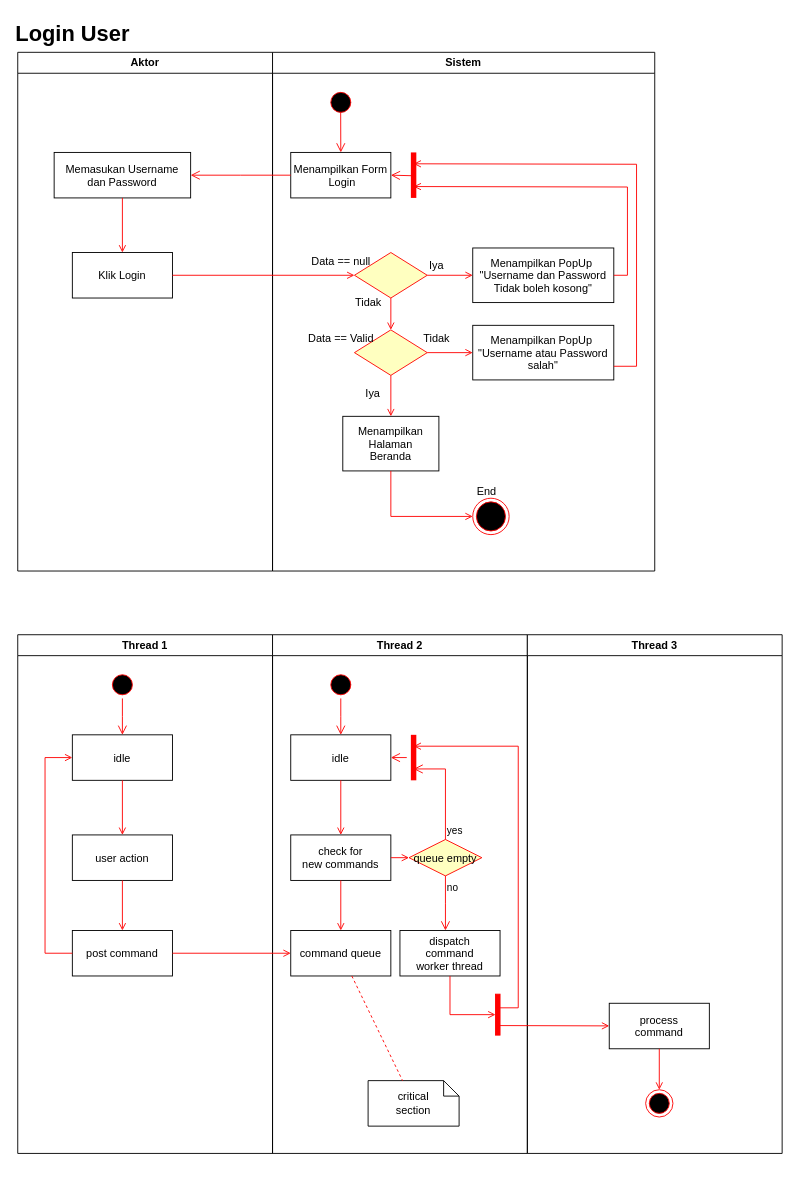
This is SCADA_ActivityDiagram.drawio from widyafebriandaru/SCADA_ActivityDiagram, a draw.io file, before an edit. Source tidied: cells renumbered, new cells numbered last; positions are measured from the earlier drawing's top-left corner, leaving out a move shared by most shapes. Both pictures are drawn from the tidied source at 91%, with x=0, y=0 at pixel (17, 15).
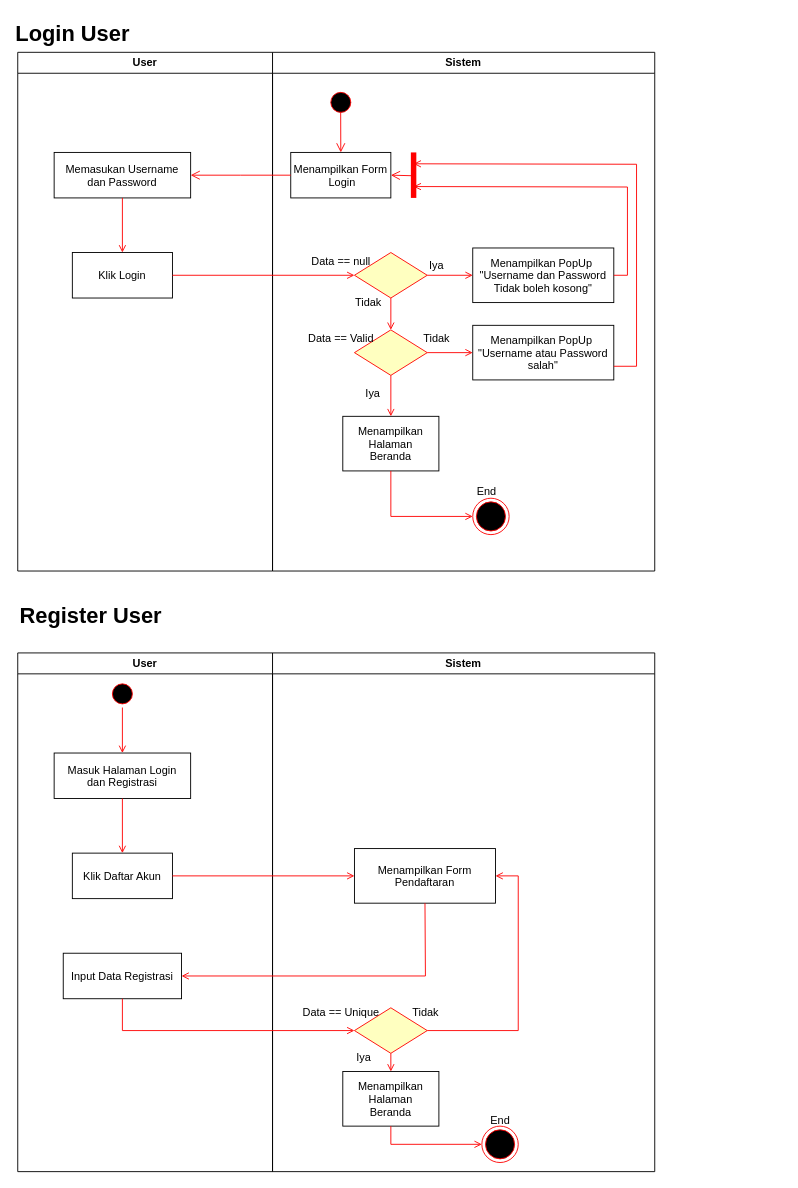
After the change.

Diff of the diagram source:
```diff
@@
-    <mxCell id="2" value="Aktor" style="swimlane;whiteSpace=wrap;" parent="1" vertex="1">
+    <mxCell id="2" value="User" style="swimlane;whiteSpace=wrap;" parent="1" vertex="1">
       <mxGeometry y="40" width="280" height="570" as="geometry" />
     </mxCell>
@@
-    <mxCell id="32" value="Thread 1" style="swimlane;whiteSpace=wrap;" parent="1" vertex="1">
-      <mxGeometry y="680" width="280" height="570" as="geometry" />
-    </mxCell>
-    <mxCell id="33" style="ellipse;shape=startState;fillColor=#000000;strokeColor=#ff0000;" parent="32" vertex="1">
-      <mxGeometry x="100" y="40" width="30" height="30" as="geometry" />
-    </mxCell>
-    <mxCell id="34" style="edgeStyle=elbowEdgeStyle;elbow=horizontal;verticalAlign=bottom;endArrow=open;endSize=8;strokeColor=#FF0000;endFill=1;rounded=0;" parent="32" edge="1" source="33" target="35">
-      <mxGeometry x="100" y="40" as="geometry" />
-    </mxCell>
-    <mxCell id="35" value="idle" parent="32" vertex="1">
-      <mxGeometry x="60" y="110" width="110" height="50" as="geometry" />
-    </mxCell>
-    <mxCell id="36" value="user action" parent="32" vertex="1">
-      <mxGeometry x="60" y="220" width="110" height="50" as="geometry" />
-    </mxCell>
-    <mxCell id="37" style="endArrow=open;strokeColor=#FF0000;endFill=1;rounded=0;" parent="32" edge="1" source="35" target="36">
-      <mxGeometry relative="1" as="geometry" />
-    </mxCell>
-    <mxCell id="38" value="post command" parent="32" vertex="1">
-      <mxGeometry x="60" y="325" width="110" height="50" as="geometry" />
-    </mxCell>
-    <mxCell id="39" style="endArrow=open;strokeColor=#FF0000;endFill=1;rounded=0;" parent="32" edge="1" source="36" target="38">
-      <mxGeometry relative="1" as="geometry" />
-    </mxCell>
-    <mxCell id="40" style="edgeStyle=elbowEdgeStyle;elbow=horizontal;strokeColor=#FF0000;endArrow=open;endFill=1;rounded=0;" parent="32" edge="1" source="38" target="35">
-      <mxGeometry relative="1" as="geometry">
-        <Array as="points">
-          <mxPoint x="30" y="250" />
-        </Array>
-      </mxGeometry>
-    </mxCell>
-    <mxCell id="41" value="Thread 2" style="swimlane;whiteSpace=wrap;" parent="1" vertex="1">
-      <mxGeometry x="280" y="680" width="280" height="570" as="geometry" />
-    </mxCell>
-    <mxCell id="42" style="ellipse;shape=startState;fillColor=#000000;strokeColor=#ff0000;" parent="41" vertex="1">
-      <mxGeometry x="60" y="40" width="30" height="30" as="geometry" />
-    </mxCell>
-    <mxCell id="43" style="edgeStyle=elbowEdgeStyle;elbow=horizontal;verticalAlign=bottom;endArrow=open;endSize=8;strokeColor=#FF0000;endFill=1;rounded=0;" parent="41" edge="1" source="42" target="44">
-      <mxGeometry x="40" y="20" as="geometry" />
-    </mxCell>
-    <mxCell id="44" value="idle" parent="41" vertex="1">
-      <mxGeometry x="20" y="110" width="110" height="50" as="geometry" />
-    </mxCell>
-    <mxCell id="45" value="check for &#10;new commands" parent="41" vertex="1">
-      <mxGeometry x="20" y="220" width="110" height="50" as="geometry" />
-    </mxCell>
-    <mxCell id="46" style="endArrow=open;strokeColor=#FF0000;endFill=1;rounded=0;" parent="41" edge="1" source="44" target="45">
-      <mxGeometry relative="1" as="geometry" />
-    </mxCell>
-    <mxCell id="47" value="command queue" parent="41" vertex="1">
-      <mxGeometry x="20" y="325" width="110" height="50" as="geometry" />
-    </mxCell>
-    <mxCell id="48" style="endArrow=open;strokeColor=#FF0000;endFill=1;rounded=0;" parent="41" edge="1" source="45" target="47">
-      <mxGeometry relative="1" as="geometry" />
-    </mxCell>
-    <mxCell id="49" value="queue empty" style="rhombus;fillColor=#ffffc0;strokeColor=#ff0000;" parent="41" vertex="1">
-      <mxGeometry x="150" y="225" width="80" height="40" as="geometry" />
-    </mxCell>
-    <mxCell id="50" value="yes" style="edgeStyle=elbowEdgeStyle;elbow=horizontal;align=left;verticalAlign=bottom;endArrow=open;endSize=8;strokeColor=#FF0000;exitX=0.5;exitY=0;endFill=1;rounded=0;entryX=0.75;entryY=0.5;entryPerimeter=0;" parent="41" edge="1" source="49" target="53">
-      <mxGeometry x="-1" relative="1" as="geometry">
-        <Array as="points">
-          <mxPoint x="190" y="180" />
-        </Array>
-      </mxGeometry>
-    </mxCell>
-    <mxCell id="51" value="no" style="edgeStyle=elbowEdgeStyle;elbow=horizontal;align=left;verticalAlign=top;endArrow=open;endSize=8;strokeColor=#FF0000;endFill=1;rounded=0;" parent="41" edge="1" source="49" target="55">
-      <mxGeometry x="-1" relative="1" as="geometry" />
-    </mxCell>
-    <mxCell id="52" style="endArrow=open;strokeColor=#FF0000;endFill=1;rounded=0;" parent="41" edge="1" source="45" target="49">
-      <mxGeometry relative="1" as="geometry" />
-    </mxCell>
-    <mxCell id="53" style="shape=line;strokeWidth=6;strokeColor=#ff0000;rotation=90;" parent="41" vertex="1">
-      <mxGeometry x="130" y="127.5" width="50" height="15" as="geometry" />
-    </mxCell>
-    <mxCell id="54" style="edgeStyle=elbowEdgeStyle;elbow=horizontal;verticalAlign=bottom;endArrow=open;endSize=8;strokeColor=#FF0000;endFill=1;rounded=0;" parent="41" edge="1" source="53" target="44">
-      <mxGeometry x="130" y="90" as="geometry" />
-    </mxCell>
-    <mxCell id="55" value="dispatch&#10;command&#10;worker thread" parent="41" vertex="1">
-      <mxGeometry x="140" y="325" width="110" height="50" as="geometry" />
-    </mxCell>
-    <mxCell id="56" value="critical&#10;section" style="shape=note;whiteSpace=wrap;size=17;" parent="41" vertex="1">
-      <mxGeometry x="105" y="490" width="100" height="50" as="geometry" />
-    </mxCell>
-    <mxCell id="57" style="endArrow=none;strokeColor=#FF0000;endFill=0;rounded=0;dashed=1;" parent="41" edge="1" source="47" target="56">
-      <mxGeometry relative="1" as="geometry" />
-    </mxCell>
-    <mxCell id="58" style="whiteSpace=wrap;strokeColor=#FF0000;fillColor=#FF0000;" parent="41" vertex="1">
-      <mxGeometry x="245" y="395" width="5" height="45" as="geometry" />
-    </mxCell>
-    <mxCell id="59" style="edgeStyle=elbowEdgeStyle;elbow=horizontal;entryX=0;entryY=0.5;strokeColor=#FF0000;endArrow=open;endFill=1;rounded=0;" parent="41" edge="1" source="55" target="58">
-      <mxGeometry relative="1" as="geometry">
-        <Array as="points">
-          <mxPoint x="195" y="400" />
-        </Array>
-      </mxGeometry>
-    </mxCell>
-    <mxCell id="60" value="Thread 3" style="swimlane;whiteSpace=wrap;" parent="1" vertex="1">
-      <mxGeometry x="560" y="680" width="280" height="570" as="geometry" />
-    </mxCell>
-    <mxCell id="61" value="process&#10;command" parent="60" vertex="1">
-      <mxGeometry x="90" y="405" width="110" height="50" as="geometry" />
-    </mxCell>
-    <mxCell id="62" style="edgeStyle=elbowEdgeStyle;elbow=horizontal;strokeColor=#FF0000;endArrow=open;endFill=1;rounded=0;entryX=0.25;entryY=0.5;entryPerimeter=0;" parent="60" edge="1" target="53">
-      <mxGeometry relative="1" as="geometry">
-        <mxPoint x="-30" y="410" as="sourcePoint" />
-        <Array as="points">
-          <mxPoint x="-10" y="135" />
-        </Array>
-      </mxGeometry>
-    </mxCell>
-    <mxCell id="63" style="edgeStyle=none;strokeColor=#FF0000;endArrow=open;endFill=1;rounded=0;" parent="60" edge="1" target="61">
-      <mxGeometry relative="1" as="geometry">
-        <mxPoint x="-30" y="429.5" as="sourcePoint" />
-      </mxGeometry>
-    </mxCell>
-    <mxCell id="64" style="ellipse;shape=endState;fillColor=#000000;strokeColor=#ff0000;" parent="60" vertex="1">
-      <mxGeometry x="130" y="500" width="30" height="30" as="geometry" />
-    </mxCell>
-    <mxCell id="65" style="endArrow=open;strokeColor=#FF0000;endFill=1;rounded=0;" parent="60" edge="1" source="61" target="64">
-      <mxGeometry relative="1" as="geometry" />
-    </mxCell>
-    <mxCell id="66" style="endArrow=open;strokeColor=#FF0000;endFill=1;rounded=0;" parent="1" edge="1" source="38" target="47">
-      <mxGeometry relative="1" as="geometry" />
-    </mxCell>
@@
+    <mxCell id="70" value="Register User" style="text;strokeColor=none;fillColor=none;html=1;fontSize=24;fontStyle=1;verticalAlign=middle;align=center;" parent="1" vertex="1">
+      <mxGeometry x="30" y="640" width="100" height="40" as="geometry" />
+    </mxCell>
+    <mxCell id="71" value="User" style="swimlane;whiteSpace=wrap;startSize=23;" parent="1" vertex="1">
+      <mxGeometry y="700" width="280" height="570" as="geometry" />
+    </mxCell>
+    <mxCell id="72" value="Masuk Halaman Login&#10;dan Registrasi" parent="71" vertex="1">
+      <mxGeometry x="40" y="110" width="150" height="50" as="geometry" />
+    </mxCell>
+    <mxCell id="73" value="Klik Daftar Akun" parent="71" vertex="1">
+      <mxGeometry x="60" y="220" width="110" height="50" as="geometry" />
+    </mxCell>
+    <mxCell id="74" style="endArrow=open;strokeColor=#FF0000;endFill=1;rounded=0;exitX=0.5;exitY=1;exitDx=0;exitDy=0;entryX=0.5;entryY=0;entryDx=0;entryDy=0;" parent="71" edge="1" source="72" target="73">
+      <mxGeometry relative="1" as="geometry" />
+    </mxCell>
+    <mxCell id="75" style="ellipse;shape=startState;fillColor=#000000;strokeColor=#ff0000;" parent="71" vertex="1">
+      <mxGeometry x="100" y="30" width="30" height="30" as="geometry" />
+    </mxCell>
+    <mxCell id="76" value="Input Data Registrasi" parent="71" vertex="1">
+      <mxGeometry x="50" y="330" width="130" height="50" as="geometry" />
+    </mxCell>
+    <mxCell id="77" style="endArrow=open;strokeColor=#FF0000;endFill=1;rounded=0;exitX=0.5;exitY=1;exitDx=0;exitDy=0;entryX=0.5;entryY=0;entryDx=0;entryDy=0;" parent="71" edge="1" source="75" target="72">
+      <mxGeometry relative="1" as="geometry" />
+    </mxCell>
+    <mxCell id="78" value="Sistem" style="swimlane;whiteSpace=wrap;" parent="1" vertex="1">
+      <mxGeometry x="280" y="700" width="420" height="570" as="geometry" />
+    </mxCell>
+    <mxCell id="79" value="Menampilkan Form &#10;Pendaftaran" parent="78" vertex="1">
+      <mxGeometry x="90" y="215" width="155" height="60" as="geometry" />
+    </mxCell>
+    <mxCell id="80" style="rhombus;fillColor=#ffffc0;strokeColor=#ff0000;" parent="78" vertex="1">
+      <mxGeometry x="90" y="390" width="80" height="50" as="geometry" />
+    </mxCell>
+    <mxCell id="81" value="Menampilkan &#10;Halaman&#10;Beranda" parent="78" vertex="1">
+      <mxGeometry x="77.2" y="460" width="105.6" height="60" as="geometry" />
+    </mxCell>
+    <mxCell id="82" style="endArrow=open;strokeColor=#FF0000;endFill=1;rounded=0;entryX=0.5;entryY=0;entryDx=0;entryDy=0;exitX=0.5;exitY=1;exitDx=0;exitDy=0;" parent="78" edge="1" source="80" target="81">
+      <mxGeometry relative="1" as="geometry" />
+    </mxCell>
+    <mxCell id="83" style="ellipse;html=1;shape=endState;fillColor=#000000;strokeColor=#ff0000;" parent="78" vertex="1">
+      <mxGeometry x="230" y="520" width="40" height="40" as="geometry" />
+    </mxCell>
+    <mxCell id="84" style="endArrow=open;strokeColor=#FF0000;endFill=1;rounded=0;exitX=0.5;exitY=1;exitDx=0;exitDy=0;entryX=0;entryY=0.5;entryDx=0;entryDy=0;" parent="78" edge="1" source="81" target="83">
+      <mxGeometry relative="1" as="geometry">
+        <Array as="points">
+          <mxPoint x="130" y="540" />
+        </Array>
+      </mxGeometry>
+    </mxCell>
+    <mxCell id="85" value="Data == Unique" style="text;html=1;align=center;verticalAlign=middle;strokeColor=none;fillColor=none;" parent="78" vertex="1">
+      <mxGeometry x="20" y="380" width="110" height="30" as="geometry" />
+    </mxCell>
+    <mxCell id="86" value="Iya" style="text;html=1;align=center;verticalAlign=middle;strokeColor=none;fillColor=none;" parent="78" vertex="1">
+      <mxGeometry x="80" y="430" width="40" height="30" as="geometry" />
+    </mxCell>
+    <mxCell id="87" value="End" style="text;html=1;align=center;verticalAlign=middle;strokeColor=none;fillColor=none;" parent="78" vertex="1">
+      <mxGeometry x="230" y="499" width="40" height="30" as="geometry" />
+    </mxCell>
+    <mxCell id="88" value="Tidak" style="text;html=1;align=center;verticalAlign=middle;strokeColor=none;fillColor=none;" parent="78" vertex="1">
+      <mxGeometry x="142.5" y="380" width="50" height="30" as="geometry" />
+    </mxCell>
+    <mxCell id="89" style="endArrow=open;strokeColor=#FF0000;endFill=1;rounded=0;exitX=1;exitY=0.5;exitDx=0;exitDy=0;entryX=1;entryY=0.5;entryDx=0;entryDy=0;" parent="78" edge="1" source="80" target="79">
+      <mxGeometry relative="1" as="geometry">
+        <Array as="points">
+          <mxPoint x="270" y="415" />
+          <mxPoint x="270" y="245" />
+        </Array>
+      </mxGeometry>
+    </mxCell>
+    <mxCell id="90" style="endArrow=open;strokeColor=#FF0000;endFill=1;rounded=0;exitX=1;exitY=0.5;exitDx=0;exitDy=0;exitPerimeter=0;entryX=0;entryY=0.5;entryDx=0;entryDy=0;" parent="1" edge="1" source="73" target="79">
+      <mxGeometry relative="1" as="geometry" />
+    </mxCell>
+    <mxCell id="91" style="endArrow=open;strokeColor=#FF0000;endFill=1;rounded=0;exitX=0.5;exitY=1;exitDx=0;exitDy=0;entryX=1;entryY=0.5;entryDx=0;entryDy=0;" parent="1" edge="1" source="79" target="76">
+      <mxGeometry relative="1" as="geometry">
+        <Array as="points">
+          <mxPoint x="448" y="1055" />
+        </Array>
+      </mxGeometry>
+    </mxCell>
+    <mxCell id="92" style="endArrow=open;strokeColor=#FF0000;endFill=1;rounded=0;entryX=0;entryY=0.5;entryDx=0;entryDy=0;exitX=0.5;exitY=1;exitDx=0;exitDy=0;" parent="1" edge="1" source="76" target="80">
+      <mxGeometry relative="1" as="geometry">
+        <Array as="points">
+          <mxPoint x="115" y="1115" />
+        </Array>
+      </mxGeometry>
+    </mxCell>
```
